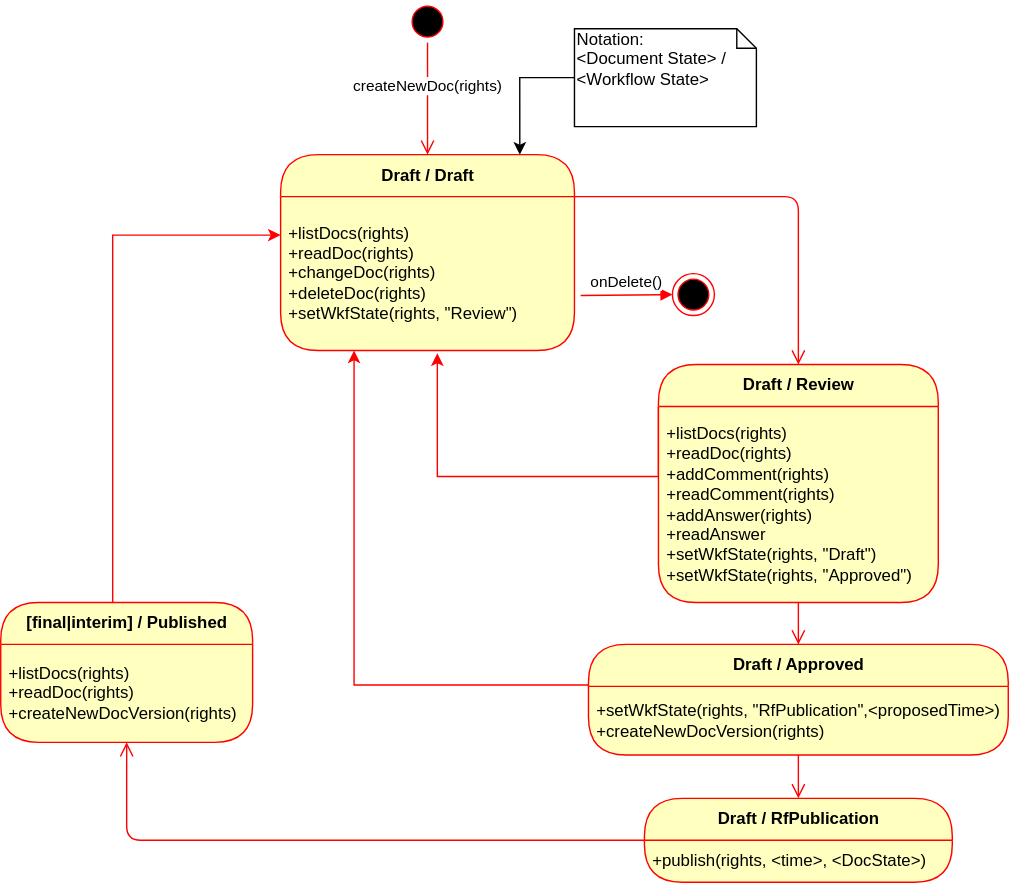
This is documents/CSAF-Backend-States.drawio.svg from secvisogram/csaf-cms-backend, a draw.io export, as it was before one commit. Source tidied: cells renumbered, new cells last; positions are measured from the earlier drawing's top-left corner, leaving out a move shared by most shapes.
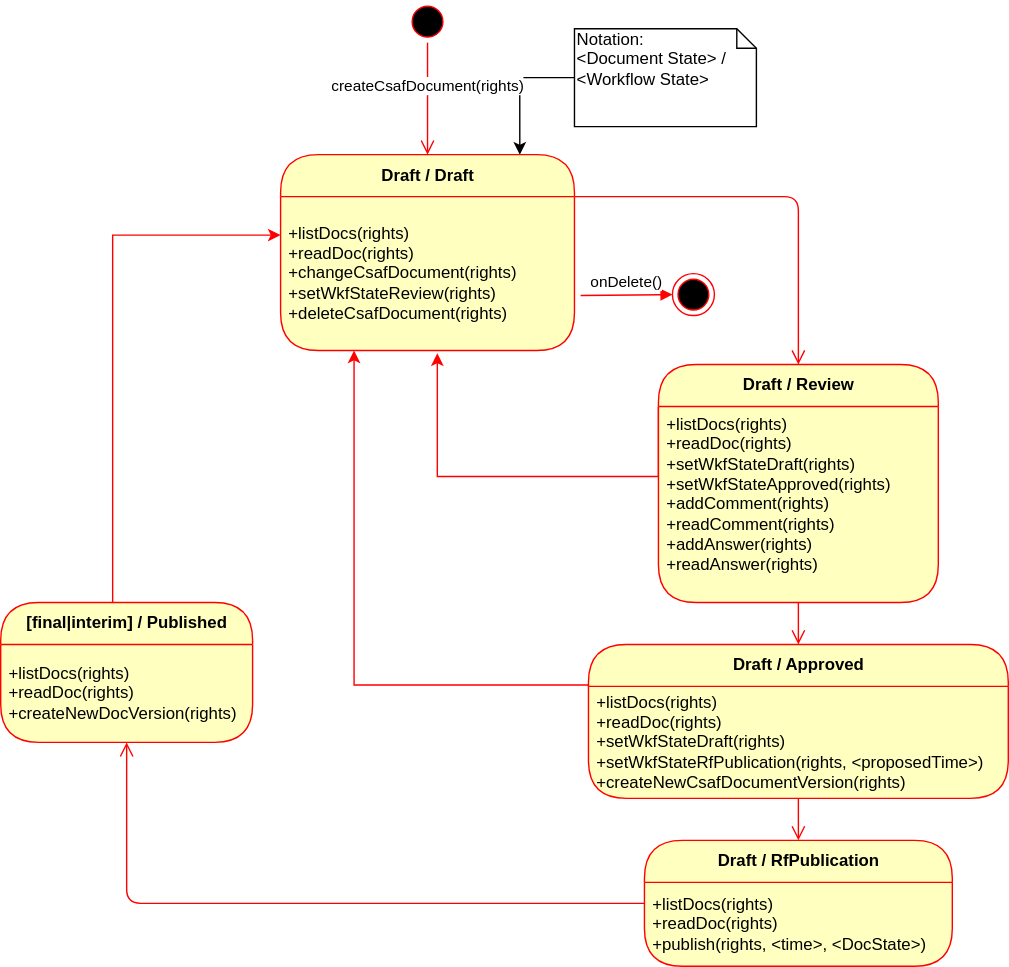
Above is the later version.

Commit message:
docs(architecture-decisions.md): update advisory workflow description

* unify method names in description and diagram
* add `listDocs` and `readDoc` for all states in diagram

Change to the diagram source:
```diff
@@ -48,20 +48,20 @@
     <mxCell id="11" value="Draft / Review" style="swimlane;html=1;fontStyle=1;align=center;verticalAlign=middle;horizontal=1;startSize=30;fontColor=#000000;rounded=1;arcSize=30;strokeColor=#ff0000;fillColor=#ffffc0;swimlaneFillColor=#ffffc0;" parent="1" vertex="1">
       <mxGeometry x="470" y="260" width="200" height="170" as="geometry" />
     </mxCell>
-    <mxCell id="12" value="&lt;span style=&quot;&quot;&gt;+listDocs(rights)&lt;/span&gt;&lt;br style=&quot;&quot;&gt;&lt;span style=&quot;&quot;&gt;+readDoc(rights)&lt;/span&gt;&lt;br style=&quot;&quot;&gt;&lt;span style=&quot;&quot;&gt;+addComment(rights)&lt;/span&gt;&lt;br style=&quot;&quot;&gt;&lt;span style=&quot;&quot;&gt;+readComment(rights)&lt;br&gt;&lt;/span&gt;+addAnswer(rights)&lt;br&gt;+readAnswer&lt;br style=&quot;&quot;&gt;&lt;span style=&quot;&quot;&gt;+setWkfState(rights, &quot;Draft&quot;)&lt;br&gt;+setWkfState(rights, &quot;Approved&quot;)&lt;br&gt;&lt;/span&gt;" style="text;html=1;strokeColor=none;fillColor=none;align=left;verticalAlign=middle;spacingLeft=4;spacingRight=4;whiteSpace=wrap;overflow=hidden;fontColor=#000000;" parent="11" vertex="1">
+    <mxCell id="12" value="&lt;span&gt;+listDocs(rights)&lt;/span&gt;&lt;br&gt;&lt;span&gt;+readDoc(rights)&lt;br&gt;&lt;/span&gt;+setWkfStateDraft(rights)&lt;br&gt;+setWkfStateApproved(rights)&lt;span&gt;&lt;br&gt;+addComment(rights)&lt;/span&gt;&lt;br&gt;&lt;span&gt;+readComment(rights)&lt;br&gt;&lt;/span&gt;+addAnswer(rights)&lt;br&gt;+readAnswer(rights)&lt;br&gt;&lt;span&gt;&lt;br&gt;&lt;/span&gt;" style="text;html=1;strokeColor=none;fillColor=none;align=left;verticalAlign=middle;spacingLeft=4;spacingRight=4;whiteSpace=wrap;overflow=hidden;fontColor=#000000;" parent="11" vertex="1">
       <mxGeometry y="30" width="200" height="140" as="geometry" />
     </mxCell>
     <mxCell id="13" value="Draft / Approved" style="swimlane;html=1;fontStyle=1;align=center;verticalAlign=middle;horizontal=1;startSize=30;fontColor=#000000;rounded=1;arcSize=30;strokeColor=#ff0000;fillColor=#ffffc0;swimlaneFillColor=#ffffc0;" parent="1" vertex="1">
-      <mxGeometry x="420" y="460" width="300" height="79" as="geometry" />
+      <mxGeometry x="420" y="460" width="300" height="110" as="geometry" />
     </mxCell>
-    <mxCell id="14" value="+setWkfState(rights, &quot;RfPublication&quot;,&amp;lt;proposedTime&amp;gt;)&lt;br&gt;+createNewDocVersion(rights)" style="text;html=1;strokeColor=none;fillColor=none;align=left;verticalAlign=middle;spacingLeft=4;spacingRight=4;whiteSpace=wrap;overflow=hidden;fontColor=#000000;" parent="13" vertex="1">
-      <mxGeometry y="30" width="300" height="49" as="geometry" />
+    <mxCell id="14" value="+listDocs(rights)&lt;br&gt;+readDoc(rights)&lt;br&gt;+setWkfStateDraft(rights)&lt;br&gt;+setWkfStateRfPublication(rights, &amp;lt;proposedTime&amp;gt;)&lt;br&gt;+createNewCsafDocumentVersion(rights)" style="text;html=1;strokeColor=none;fillColor=none;align=left;verticalAlign=middle;spacingLeft=4;spacingRight=4;whiteSpace=wrap;overflow=hidden;fontColor=#000000;" parent="13" vertex="1">
+      <mxGeometry y="30" width="300" height="80" as="geometry" />
     </mxCell>
     <mxCell id="15" value="Draft / RfPublication" style="swimlane;html=1;fontStyle=1;align=center;verticalAlign=middle;horizontal=1;startSize=30;fontColor=#000000;rounded=1;arcSize=30;strokeColor=#ff0000;fillColor=#ffffc0;swimlaneFillColor=#ffffc0;" parent="1" vertex="1">
-      <mxGeometry x="460" y="570" width="220" height="60" as="geometry" />
+      <mxGeometry x="460" y="600" width="220" height="90" as="geometry" />
     </mxCell>
-    <mxCell id="16" value="+publish(rights, &amp;lt;time&amp;gt;, &amp;lt;DocState&amp;gt;)" style="text;html=1;strokeColor=none;fillColor=none;align=left;verticalAlign=middle;spacingLeft=4;spacingRight=4;whiteSpace=wrap;overflow=hidden;fontColor=#000000;" parent="15" vertex="1">
-      <mxGeometry y="30" width="220" height="30" as="geometry" />
+    <mxCell id="16" value="+listDocs(rights)&lt;br&gt;+readDoc(rights)&lt;br&gt;+publish(rights, &amp;lt;time&amp;gt;, &amp;lt;DocState&amp;gt;)" style="text;html=1;strokeColor=none;fillColor=none;align=left;verticalAlign=middle;spacingLeft=4;spacingRight=4;whiteSpace=wrap;overflow=hidden;fontColor=#000000;" parent="15" vertex="1">
+      <mxGeometry y="30" width="220" height="60" as="geometry" />
     </mxCell>
     <mxCell id="17" style="edgeStyle=orthogonalEdgeStyle;rounded=0;jettySize=auto;html=1;entryX=0.814;entryY=0;entryDx=0;entryDy=0;entryPerimeter=0;" parent="1" edge="1" source="18" target="19">
       <mxGeometry relative="1" as="geometry">
@@ -76,13 +76,13 @@
     <mxCell id="19" value="Draft / Draft" style="swimlane;html=1;fontStyle=1;align=center;verticalAlign=middle;horizontal=1;startSize=30;fontColor=#000000;rounded=1;arcSize=30;strokeColor=#ff0000;fillColor=#ffffc0;swimlaneFillColor=#ffffc0;" parent="1" vertex="1">
       <mxGeometry x="200" y="110" width="210" height="140" as="geometry" />
     </mxCell>
-    <mxCell id="20" value="+listDocs(rights)&lt;br&gt;+readDoc(rights)&lt;br&gt;+changeDoc(rights)&lt;br&gt;+deleteDoc(rights)&lt;br&gt;+setWkfState(rights, &quot;Review&quot;)" style="text;html=1;strokeColor=none;fillColor=none;align=left;verticalAlign=middle;spacingLeft=4;spacingRight=4;whiteSpace=wrap;overflow=hidden;fontColor=#000000;" parent="19" vertex="1">
+    <mxCell id="20" value="+listDocs(rights)&lt;br&gt;+readDoc(rights)&lt;br&gt;+changeCsafDocument(rights)&lt;br&gt;+setWkfStateReview(rights)&lt;br&gt;+deleteCsafDocument(rights)" style="text;html=1;strokeColor=none;fillColor=none;align=left;verticalAlign=middle;spacingLeft=4;spacingRight=4;whiteSpace=wrap;overflow=hidden;fontColor=#000000;" parent="19" vertex="1">
       <mxGeometry y="30" width="210" height="110" as="geometry" />
     </mxCell>
     <mxCell id="21" value="cr" style="ellipse;html=1;shape=startState;fillColor=#000000;strokeColor=#ff0000;align=left;" parent="1" vertex="1">
       <mxGeometry x="290" width="30" height="30" as="geometry" />
     </mxCell>
-    <mxCell id="22" value="createNewDoc(rights)" style="edgeStyle=orthogonalEdgeStyle;html=1;verticalAlign=bottom;endArrow=open;endSize=8;strokeColor=#ff0000;entryX=0.5;entryY=0;entryDx=0;entryDy=0;" parent="1" edge="1" source="21" target="19">
+    <mxCell id="22" value="createCsafDocument(rights)" style="edgeStyle=orthogonalEdgeStyle;html=1;verticalAlign=bottom;endArrow=open;endSize=8;strokeColor=#ff0000;entryX=0.5;entryY=0;entryDx=0;entryDy=0;" parent="1" edge="1" source="21" target="19">
       <mxGeometry relative="1" as="geometry" />
     </mxCell>
     <mxCell id="23" style="ellipse;html=1;shape=endState;fillColor=#000000;strokeColor=#ff0000;align=left;" parent="1" vertex="1">
```
